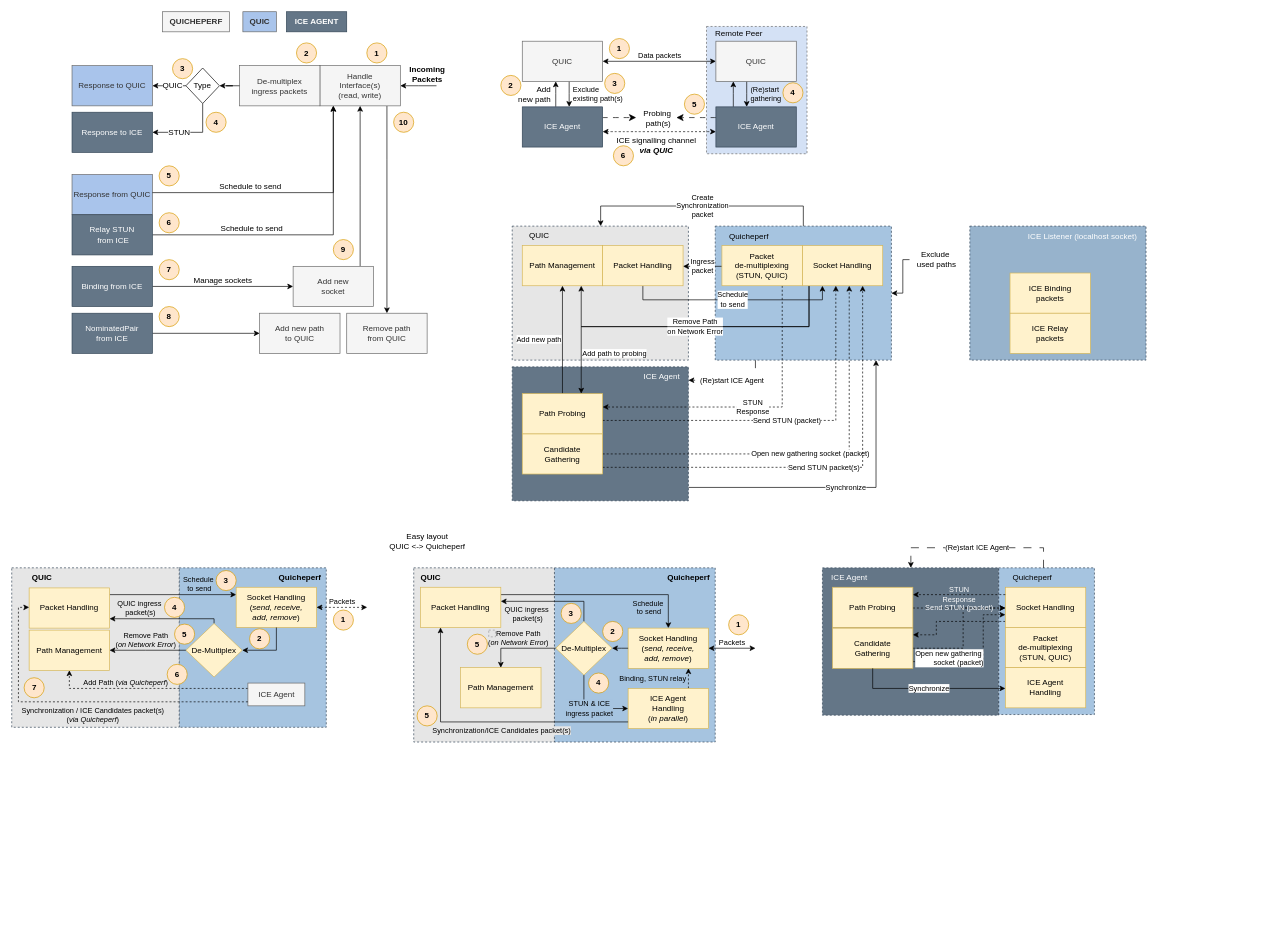
The draw.io diagram resources/implementation_full.drawio in JustusvonderBeek/master-thesis-scripts-and-measures, before the edit. Source tidied: cells renumbered, new cells numbered last; positions are measured from the earlier drawing's top-left corner, leaving out a move shared by most shapes. Both pictures are drawn from the tidied source at 67%, with x=0, y=0 at pixel (11, 11). Pictures stored in the file or linked from it are replaced by grey dashed boxes.
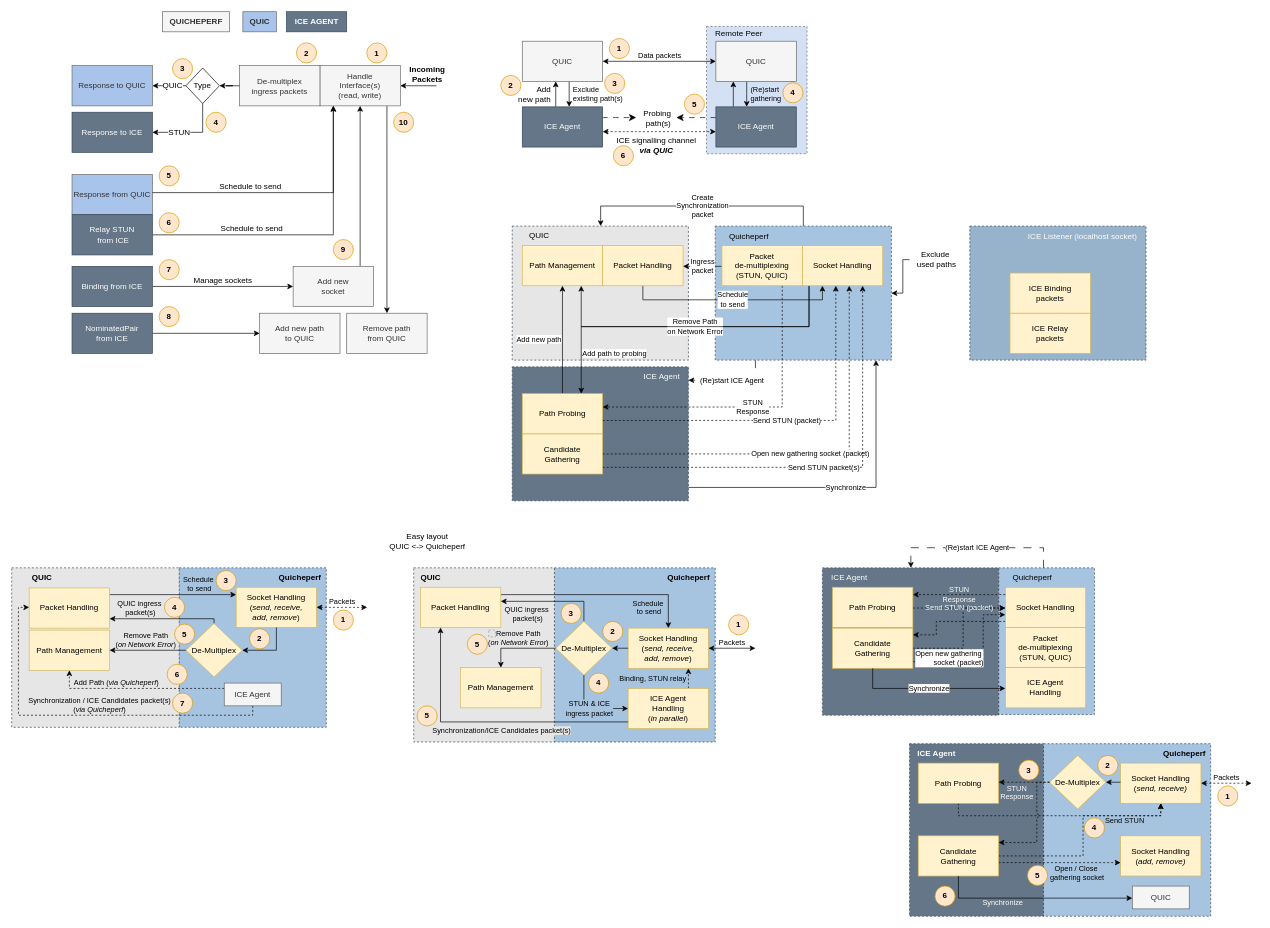
Above is the later version.

Commit message:
updated ice and quic figures

Unchanged cells that the change refers to:
```xml
<mxCell id="133" value="Packet Handling" style="rounded=0;whiteSpace=wrap;html=1;fillColor=#fff2cc;strokeColor=#d6b656;" parent="1" vertex="1">
  <mxGeometry x="26" y="860" width="120" height="60" as="geometry" />
</mxCell>
```

The edit, as a diff of the source:
```diff
@@
     <mxCell id="141" value="ICE Agent" style="rounded=0;whiteSpace=wrap;html=1;fillColor=#f5f5f5;strokeColor=#666666;fontColor=#333333;" parent="1" vertex="1">
-      <mxGeometry x="352.5" y="1002" width="85" height="34" as="geometry" />
+      <mxGeometry x="317.2" y="1002" width="85" height="34" as="geometry" />
     </mxCell>
-    <mxCell id="142" value="&lt;div&gt;Synchronization / ICE Candidates&amp;nbsp;&lt;span style=&quot;background-color: initial;&quot;&gt;packet(s)&lt;/span&gt;&lt;/div&gt;&lt;div&gt;&lt;span style=&quot;background-color: initial;&quot;&gt;(&lt;i&gt;via Quicheperf&lt;/i&gt;)&lt;/span&gt;&lt;/div&gt;" style="edgeStyle=orthogonalEdgeStyle;rounded=0;jettySize=auto;html=1;labelBackgroundColor=none;verticalAlign=top;dashed=1;" parent="1" edge="1" source="141" target="133">
-      <mxGeometry x="-0.07" relative="1" as="geometry">
+    <mxCell id="142" value="&lt;div&gt;Synchronization / ICE Candidates&amp;nbsp;&lt;span style=&quot;background-color: initial;&quot;&gt;packet(s)&lt;/span&gt;&lt;/div&gt;&lt;div&gt;&lt;span style=&quot;background-color: initial;&quot;&gt;(&lt;i&gt;via Quicheperf&lt;/i&gt;)&lt;/span&gt;&lt;/div&gt;" style="edgeStyle=orthogonalEdgeStyle;rounded=0;jettySize=auto;html=1;labelBackgroundColor=none;verticalAlign=bottom;dashed=1;" parent="1" edge="1" source="141" target="133">
+      <mxGeometry x="-0.1" relative="1" as="geometry">
         <Array as="points">
-          <mxPoint x="10" y="1030" />
+          <mxPoint x="360" y="1050" />
+          <mxPoint x="10" y="1050" />
           <mxPoint x="10" y="889" />
         </Array>
       </mxGeometry>
     </mxCell>
@@
     <mxCell id="148" value="7" style="ellipse;whiteSpace=wrap;html=1;fontSize=12;fontStyle=1;fillColor=#ffe6cc;strokeColor=#d79b00;" parent="1" vertex="1">
-      <mxGeometry x="18.5" y="994" width="30" height="30" as="geometry" />
+      <mxGeometry x="240" y="1017" width="30" height="30" as="geometry" />
     </mxCell>
@@
+    <mxCell id="152" style="rounded=0;whiteSpace=wrap;html=1;fillColor=#A6C4E0;strokeColor=#314354;dashed=1;" parent="1" vertex="1">
+      <mxGeometry x="1540" y="1092.5" width="249.5" height="257.5" as="geometry" />
+    </mxCell>
+    <mxCell id="153" value="Quicheperf" style="text;html=1;align=center;verticalAlign=middle;strokeColor=none;fillColor=none;fontStyle=1;" parent="1" vertex="1">
+      <mxGeometry x="1709.5" y="1091.5" width="80" height="30" as="geometry" />
+    </mxCell>
+    <mxCell id="154" value="Packets" style="edgeStyle=orthogonalEdgeStyle;rounded=0;jettySize=auto;html=1;startArrow=classic;startFill=1;verticalAlign=bottom;dashed=1;" parent="1" edge="1" source="155">
+      <mxGeometry relative="1" as="geometry">
+        <mxPoint x="1850.5" y="1151.5" as="targetPoint" />
+      </mxGeometry>
+    </mxCell>
+    <mxCell id="155" value="Socket Handling&lt;div&gt;(&lt;i&gt;send, receive)&lt;/i&gt;&lt;/div&gt;" style="rounded=0;whiteSpace=wrap;html=1;fillColor=#fff2cc;strokeColor=#d6b656;" parent="1" vertex="1">
+      <mxGeometry x="1655" y="1121.5" width="120" height="60" as="geometry" />
+    </mxCell>
+    <mxCell id="156" value="QUIC" style="rounded=0;whiteSpace=wrap;html=1;fillColor=#f5f5f5;strokeColor=#666666;fontColor=#333333;" parent="1" vertex="1">
+      <mxGeometry x="1672.5" y="1305" width="85" height="34" as="geometry" />
+    </mxCell>
+    <mxCell id="157" value="1" style="ellipse;whiteSpace=wrap;html=1;fontSize=12;fontStyle=1;fillColor=#ffe6cc;strokeColor=#d79b00;" parent="1" vertex="1">
+      <mxGeometry x="1800" y="1155.5" width="30" height="30" as="geometry" />
+    </mxCell>
+    <mxCell id="158" value="2" style="ellipse;whiteSpace=wrap;html=1;fontSize=12;fontStyle=1;fillColor=#ffe6cc;strokeColor=#d79b00;" parent="1" vertex="1">
+      <mxGeometry x="1621" y="1110" width="30" height="30" as="geometry" />
+    </mxCell>
+    <mxCell id="159" style="edgeStyle=orthogonalEdgeStyle;rounded=0;jettySize=auto;html=1;labelBackgroundColor=#E6E6E6;" parent="1" edge="1" source="155" target="160">
+      <mxGeometry relative="1" as="geometry">
+        <Array as="points">
+          <mxPoint x="1650" y="1150" />
+          <mxPoint x="1650" y="1150" />
+        </Array>
+      </mxGeometry>
+    </mxCell>
+    <mxCell id="160" value="De-&lt;span style=&quot;background-color: initial;&quot;&gt;Multiplex&lt;/span&gt;" style="rhombus;whiteSpace=wrap;html=1;fillColor=#fff2cc;strokeColor=#d6b656;" parent="1" vertex="1">
+      <mxGeometry x="1549" y="1110" width="84" height="80" as="geometry" />
+    </mxCell>
+    <mxCell id="161" style="rounded=0;whiteSpace=wrap;html=1;fillColor=#647687;strokeColor=#314354;dashed=1;fontColor=#ffffff;" parent="1" vertex="1">
+      <mxGeometry x="1340" y="1092.5" width="200" height="257.5" as="geometry" />
+    </mxCell>
+    <mxCell id="162" value="Open / Close&amp;nbsp;&lt;div&gt;gathering&amp;nbsp;&lt;span style=&quot;background-color: initial;&quot;&gt;socket&lt;/span&gt;&lt;/div&gt;" style="edgeStyle=orthogonalEdgeStyle;rounded=0;jettySize=auto;html=1;labelPosition=center;verticalLabelPosition=middle;align=center;verticalAlign=top;labelBackgroundColor=none;fontColor=#000000;dashed=1;spacing=-2;" parent="1" edge="1" source="164" target="170">
+      <mxGeometry x="0.29" relative="1" as="geometry">
+        <Array as="points">
+          <mxPoint x="1570" y="1270" />
+          <mxPoint x="1570" y="1270" />
+        </Array>
+      </mxGeometry>
+    </mxCell>
+    <mxCell id="163" style="edgeStyle=orthogonalEdgeStyle;rounded=0;jettySize=auto;html=1;dashed=1;" parent="1" edge="1" source="164" target="155">
+      <mxGeometry relative="1" as="geometry">
+        <Array as="points">
+          <mxPoint x="1599" y="1260" />
+          <mxPoint x="1599" y="1200" />
+          <mxPoint x="1715" y="1200" />
+        </Array>
+      </mxGeometry>
+    </mxCell>
+    <mxCell id="164" value="Candidate&lt;div&gt;Gathering&lt;/div&gt;" style="rounded=0;whiteSpace=wrap;html=1;fillColor=#fff2cc;strokeColor=#d6b656;" parent="1" vertex="1">
+      <mxGeometry x="1353" y="1230" width="120" height="60" as="geometry" />
+    </mxCell>
+    <mxCell id="165" value="STUN&lt;div&gt;Response&lt;/div&gt;" style="edgeStyle=orthogonalEdgeStyle;rounded=0;jettySize=auto;html=1;dashed=1;labelBackgroundColor=none;fontColor=#FFFFFF;verticalAlign=top;spacing=-2;" parent="1" edge="1" source="160" target="168">
+      <mxGeometry x="0.29" relative="1" as="geometry">
+        <Array as="points">
+          <mxPoint x="1622" y="1133" />
+        </Array>
+      </mxGeometry>
+    </mxCell>
+    <mxCell id="166" value="ICE Agent" style="text;html=1;align=center;verticalAlign=middle;fontColor=#FFFFFF;fontStyle=1;" parent="1" vertex="1">
+      <mxGeometry x="1340" y="1091.5" width="80" height="30" as="geometry" />
+    </mxCell>
+    <mxCell id="167" value="Send STUN" style="edgeStyle=orthogonalEdgeStyle;rounded=0;jettySize=auto;html=1;dashed=1;labelBackgroundColor=none;fontColor=#000000;verticalAlign=top;spacing=-3;" parent="1" edge="1" source="168" target="155">
+      <mxGeometry x="0.57" relative="1" as="geometry">
+        <Array as="points">
+          <mxPoint x="1413" y="1200" />
+          <mxPoint x="1715" y="1200" />
+        </Array>
+      </mxGeometry>
+    </mxCell>
+    <mxCell id="168" value="Path Probing" style="rounded=0;whiteSpace=wrap;html=1;fillColor=#fff2cc;strokeColor=#d6b656;" parent="1" vertex="1">
+      <mxGeometry x="1353" y="1121.5" width="120" height="60" as="geometry" />
+    </mxCell>
+    <mxCell id="169" value="Synchronize" style="edgeStyle=orthogonalEdgeStyle;rounded=0;jettySize=auto;html=1;labelBackgroundColor=none;verticalAlign=top;fontColor=#FFFFFF;spacing=-1;" parent="1" edge="1" source="164" target="156">
+      <mxGeometry x="-0.32" y="3" relative="1" as="geometry">
+        <Array as="points">
+          <mxPoint x="1413" y="1323" />
+        </Array>
+      </mxGeometry>
+    </mxCell>
+    <mxCell id="170" value="Socket Handling&lt;div&gt;(&lt;i&gt;add, remove)&lt;/i&gt;&lt;/div&gt;" style="rounded=0;whiteSpace=wrap;html=1;fillColor=#fff2cc;strokeColor=#d6b656;" parent="1" vertex="1">
+      <mxGeometry x="1655" y="1230" width="120" height="60" as="geometry" />
+    </mxCell>
+    <mxCell id="171" value="3" style="ellipse;whiteSpace=wrap;html=1;fontSize=12;fontStyle=1;fillColor=#ffe6cc;strokeColor=#d79b00;" parent="1" vertex="1">
+      <mxGeometry x="1503" y="1117" width="30" height="30" as="geometry" />
+    </mxCell>
+    <mxCell id="172" style="edgeStyle=orthogonalEdgeStyle;rounded=0;jettySize=auto;html=1;dashed=1;textShadow=0;flowAnimation=0;shadow=0;jumpStyle=arc;jumpSize=6;" parent="1" edge="1" source="160" target="164">
+      <mxGeometry relative="1" as="geometry">
+        <Array as="points">
+          <mxPoint x="1530" y="1150" />
+          <mxPoint x="1530" y="1240" />
+        </Array>
+      </mxGeometry>
+    </mxCell>
+    <mxCell id="173" value="6" style="ellipse;whiteSpace=wrap;html=1;fontSize=12;fontStyle=1;fillColor=#ffe6cc;strokeColor=#d79b00;" parent="1" vertex="1">
+      <mxGeometry x="1378" y="1305" width="30" height="30" as="geometry" />
+    </mxCell>
+    <mxCell id="174" value="5" style="ellipse;whiteSpace=wrap;html=1;fontSize=12;fontStyle=1;fillColor=#ffe6cc;strokeColor=#d79b00;" parent="1" vertex="1">
+      <mxGeometry x="1516" y="1274" width="30" height="30" as="geometry" />
+    </mxCell>
+    <mxCell id="175" value="4" style="ellipse;whiteSpace=wrap;html=1;fontSize=12;fontStyle=1;fillColor=#ffe6cc;strokeColor=#d79b00;" parent="1" vertex="1">
+      <mxGeometry x="1601" y="1203.2" width="30" height="30" as="geometry" />
+    </mxCell>
```
